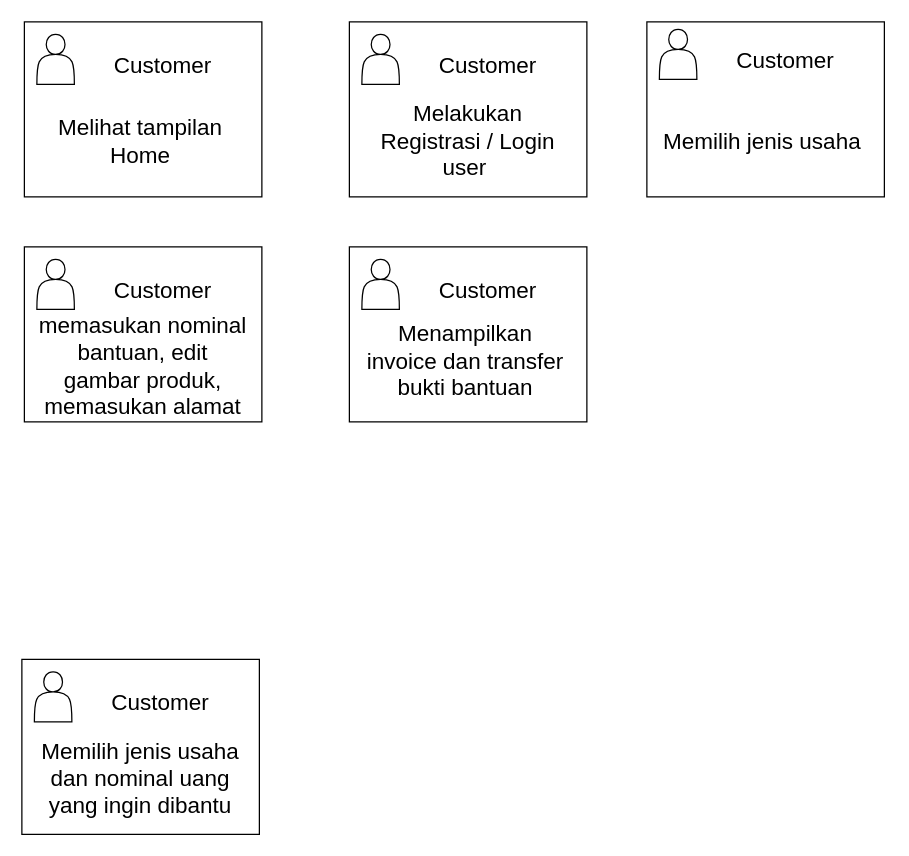
Before: Untitled Diagram.drawio in franky19/Kuliah, a draw.io diagram. Source tidied: cells renumbered, new cells numbered last; positions are measured from the earlier drawing's top-left corner, leaving out a move shared by most shapes. Both pictures are drawn from the tidied source at 125%, with x=0, y=0 at pixel (21, 21).
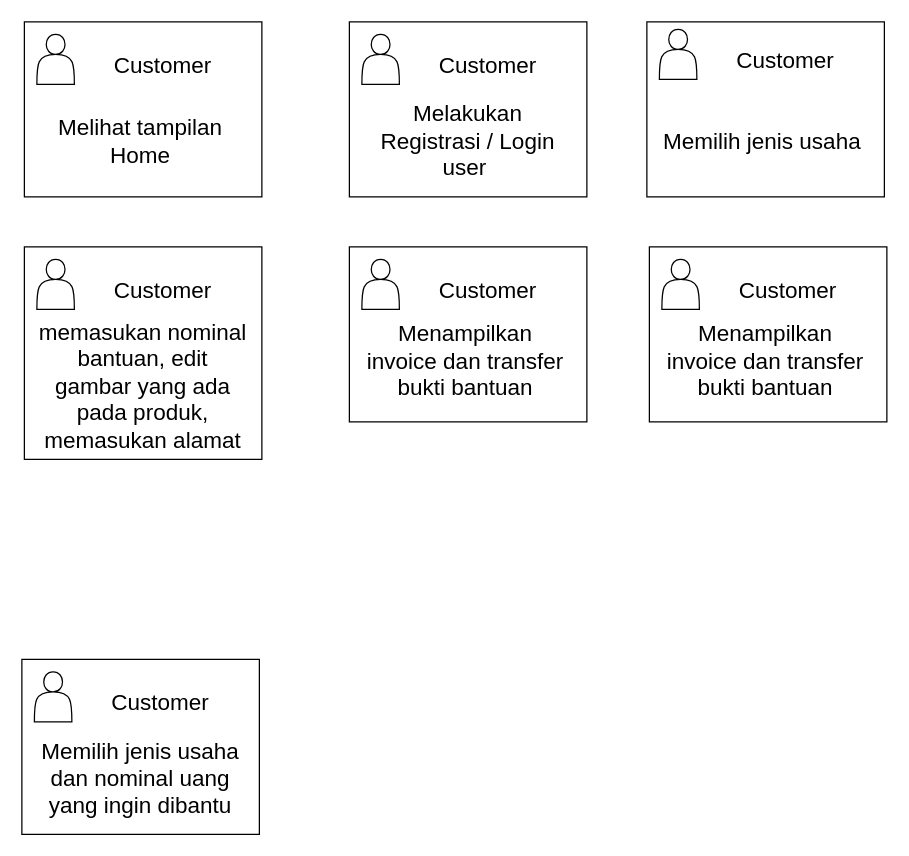
The same page after the edit.

Change to the diagram source:
```diff
@@
     <mxCell id="14" style="verticalLabelPosition=bottom;verticalAlign=top;html=1;shape=mxgraph.basic.rect;fillColor2=none;strokeWidth=1;size=20;indent=5;" parent="1" vertex="1">
-      <mxGeometry x="2" y="180" width="190" height="140" as="geometry" />
+      <mxGeometry x="2" y="180" width="190" height="170" as="geometry" />
     </mxCell>
@@
-    <mxCell id="17" value="&lt;span style=&quot;font-size: 18px&quot;&gt;memasukan nominal bantuan, edit gambar produk, memasukan alamat&lt;/span&gt;" style="text;html=1;strokeColor=none;fillColor=none;align=center;verticalAlign=middle;whiteSpace=wrap;rounded=0;" parent="1" vertex="1">
-      <mxGeometry x="12" y="241" width="170" height="70" as="geometry" />
+    <mxCell id="17" value="&lt;span style=&quot;font-size: 18px&quot;&gt;memasukan nominal bantuan, edit gambar yang ada pada produk, memasukan alamat&lt;/span&gt;" style="text;html=1;strokeColor=none;fillColor=none;align=center;verticalAlign=middle;whiteSpace=wrap;rounded=0;" parent="1" vertex="1">
+      <mxGeometry x="12" y="257" width="170" height="70" as="geometry" />
     </mxCell>
@@
+    <mxCell id="26" style="verticalLabelPosition=bottom;verticalAlign=top;html=1;shape=mxgraph.basic.rect;fillColor2=none;strokeWidth=1;size=20;indent=5;" parent="1" vertex="1">
+      <mxGeometry x="502" y="180" width="190" height="140" as="geometry" />
+    </mxCell>
+    <mxCell id="27" style="shape=actor;whiteSpace=wrap;html=1;" parent="1" vertex="1">
+      <mxGeometry x="512" y="190" width="30" height="40" as="geometry" />
+    </mxCell>
+    <mxCell id="28" value="&lt;font style=&quot;font-size: 18px&quot;&gt;Customer&lt;/font&gt;" style="text;html=1;strokeColor=none;fillColor=none;align=center;verticalAlign=middle;whiteSpace=wrap;rounded=0;" parent="1" vertex="1">
+      <mxGeometry x="563" y="200" width="100" height="30" as="geometry" />
+    </mxCell>
+    <mxCell id="29" value="&lt;span style=&quot;font-size: 18px&quot;&gt;Menampilkan invoice dan transfer bukti bantuan&lt;/span&gt;" style="text;html=1;strokeColor=none;fillColor=none;align=center;verticalAlign=middle;whiteSpace=wrap;rounded=0;" parent="1" vertex="1">
+      <mxGeometry x="510" y="237" width="170" height="70" as="geometry" />
+    </mxCell>
+    <mxCell id="30" style="ellipse;whiteSpace=wrap;html=1;" parent="1" vertex="1">
+      <mxGeometry x="20" y="20" width="10" as="geometry" />
+    </mxCell>
```
